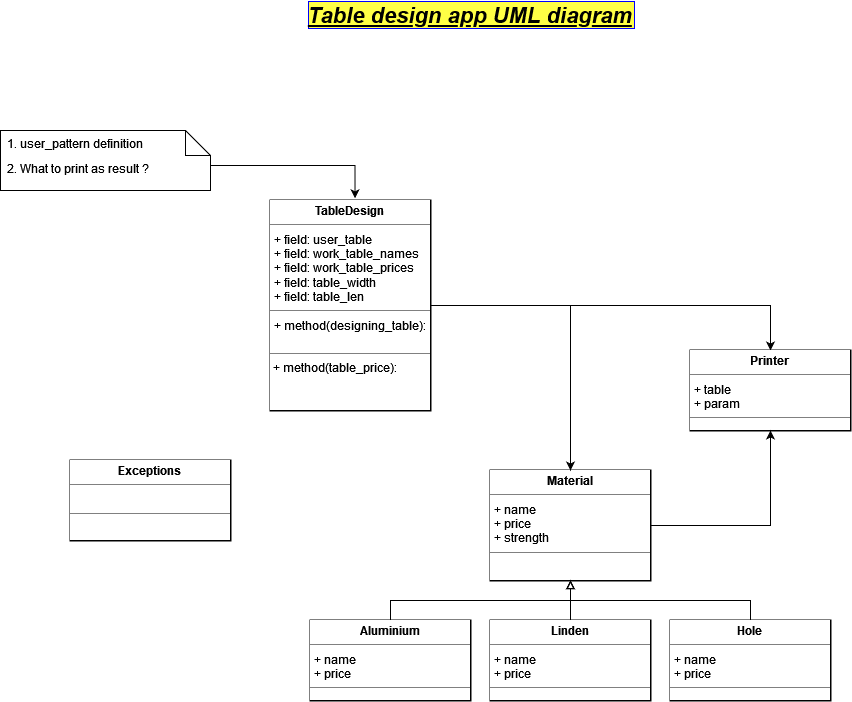
The draw.io diagram Table/images/Table_design_UML.drawio.png in jordrag/Exercises, before a commit. Source tidied: cells renumbered, new cells last; positions are measured from the earlier drawing's top-left corner, leaving out a move shared by most shapes.
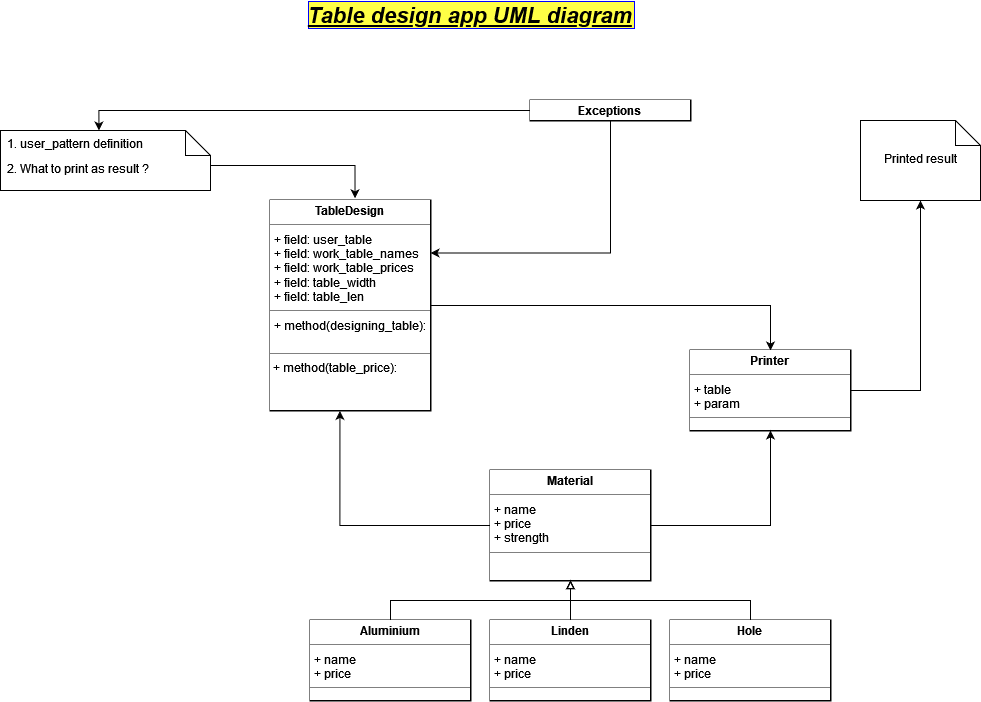
After the change.

Commit message:
Extended version with printing each block price and error check.

Change to the diagram source:
```diff
@@ -14,6 +14,9 @@
     <mxCell id="4" value="&lt;p style=&quot;margin:0px;margin-top:4px;text-align:center;&quot;&gt;&lt;b&gt;TableDesign&lt;/b&gt;&lt;br&gt;&lt;/p&gt;&lt;hr size=&quot;1&quot;&gt;&lt;p style=&quot;margin:0px;margin-left:4px;&quot;&gt;+ field: user_table&lt;/p&gt;&lt;p style=&quot;margin:0px;margin-left:4px;&quot;&gt;+ field: work_table_names&lt;br&gt;&lt;/p&gt;&lt;p style=&quot;margin:0px;margin-left:4px;&quot;&gt;+ field: work_table_prices&lt;br&gt;&lt;/p&gt;&lt;p style=&quot;margin:0px;margin-left:4px;&quot;&gt;+ field: table_width&lt;br&gt;&lt;/p&gt;&lt;p style=&quot;margin:0px;margin-left:4px;&quot;&gt;+ field: table_len&lt;br&gt;&lt;/p&gt;&lt;hr size=&quot;1&quot;&gt;&lt;p style=&quot;margin:0px;margin-left:4px;&quot;&gt;+ method(designing_table):&lt;/p&gt;&lt;p style=&quot;margin:0px;margin-left:4px;&quot;&gt;&lt;br&gt;&lt;/p&gt;&lt;hr size=&quot;1&quot;&gt;&amp;nbsp;+ method(table_price):&lt;p style=&quot;margin:0px;margin-left:4px;&quot;&gt;&amp;nbsp;&lt;/p&gt;" style="verticalAlign=top;align=left;overflow=fill;fontSize=12;fontFamily=Helvetica;html=1;rounded=0;glass=0;labelBackgroundColor=#FFFFFF;labelBorderColor=none;fillColor=none;perimeterSpacing=0;strokeColor=default;strokeWidth=2;fillStyle=solid;gradientColor=default;" parent="1" vertex="1">
       <mxGeometry x="270" y="200" width="160" height="210" as="geometry" />
     </mxCell>
+    <mxCell id="20" style="edgeStyle=orthogonalEdgeStyle;rounded=0;jettySize=auto;html=1;exitX=0;exitY=0.5;exitDx=0;exitDy=0;entryX=0.434;entryY=1.002;entryDx=0;entryDy=0;entryPerimeter=0;startArrow=none;startFill=0;endArrow=classic;endFill=1;" parent="1" edge="1" source="5" target="4">
+      <mxGeometry relative="1" as="geometry" />
+    </mxCell>
     <mxCell id="5" value="&lt;p style=&quot;margin:0px;margin-top:4px;text-align:center;&quot;&gt;&lt;b&gt;Material&lt;/b&gt;&lt;br&gt;&lt;/p&gt;&lt;hr size=&quot;1&quot;&gt;&lt;p style=&quot;margin:0px;margin-left:4px;&quot;&gt;+ name&lt;br&gt;&lt;/p&gt;&lt;p style=&quot;margin:0px;margin-left:4px;&quot;&gt;+ price&lt;br&gt;&lt;/p&gt;&lt;p style=&quot;margin:0px;margin-left:4px;&quot;&gt;+ strength&lt;br&gt;&lt;/p&gt;&lt;hr size=&quot;1&quot;&gt;" style="verticalAlign=top;align=left;overflow=fill;fontSize=12;fontFamily=Helvetica;html=1;rounded=0;glass=0;labelBackgroundColor=#FFFFFF;labelBorderColor=none;fillColor=none;perimeterSpacing=0;strokeColor=default;strokeWidth=2;fillStyle=solid;gradientColor=default;" parent="1" vertex="1">
       <mxGeometry x="490" y="470" width="160" height="110" as="geometry" />
     </mxCell>
@@ -43,12 +46,12 @@
     <mxCell id="13" style="edgeStyle=orthogonalEdgeStyle;rounded=0;jettySize=auto;html=1;exitX=0.5;exitY=0;exitDx=0;exitDy=0;startArrow=classic;startFill=1;endArrow=none;endFill=0;" parent="1" edge="1" source="14" target="4">
       <mxGeometry relative="1" as="geometry" />
     </mxCell>
+    <mxCell id="21" style="edgeStyle=orthogonalEdgeStyle;rounded=0;jettySize=auto;html=1;exitX=1;exitY=0.5;exitDx=0;exitDy=0;entryX=0.5;entryY=1;entryDx=0;entryDy=0;entryPerimeter=0;startArrow=none;startFill=0;endArrow=classic;endFill=1;" parent="1" edge="1" source="14" target="24">
+      <mxGeometry relative="1" as="geometry" />
+    </mxCell>
     <mxCell id="14" value="&lt;p style=&quot;margin:0px;margin-top:4px;text-align:center;&quot;&gt;&lt;b&gt;Printer&lt;/b&gt;&lt;br&gt;&lt;/p&gt;&lt;hr size=&quot;1&quot;&gt;&lt;p style=&quot;margin:0px;margin-left:4px;&quot;&gt;+ table&lt;br&gt;&lt;/p&gt;&lt;p style=&quot;margin:0px;margin-left:4px;&quot;&gt;+ param&lt;br&gt;&lt;/p&gt;&lt;hr size=&quot;1&quot;&gt;" style="verticalAlign=top;align=left;overflow=fill;fontSize=12;fontFamily=Helvetica;html=1;rounded=0;glass=0;labelBackgroundColor=#FFFFFF;labelBorderColor=none;fillColor=none;perimeterSpacing=0;strokeColor=default;strokeWidth=2;fillStyle=solid;gradientColor=default;" parent="1" vertex="1">
       <mxGeometry x="690" y="350" width="160" height="80" as="geometry" />
     </mxCell>
-    <mxCell id="15" style="edgeStyle=orthogonalEdgeStyle;rounded=0;jettySize=auto;html=1;exitX=1;exitY=0.5;exitDx=0;exitDy=0;fontSize=16;startArrow=none;startFill=0;endArrow=classic;endFill=1;" parent="1" edge="1" source="4" target="5">
-      <mxGeometry relative="1" as="geometry" />
-    </mxCell>
     <mxCell id="16" style="edgeStyle=orthogonalEdgeStyle;rounded=0;jettySize=auto;html=1;fontSize=16;startArrow=none;startFill=0;endArrow=classic;endFill=1;" parent="1" edge="1" source="5" target="14">
       <mxGeometry relative="1" as="geometry" />
     </mxCell>
@@ -58,8 +61,17 @@
     <mxCell id="18" value="1. user_pattern definition" style="strokeColor=none;fillColor=none;align=left;spacingLeft=5;" parent="17" vertex="1">
       <mxGeometry width="196.88" height="25" relative="1" as="geometry" />
     </mxCell>
+    <mxCell id="22" style="edgeStyle=orthogonalEdgeStyle;rounded=0;jettySize=auto;html=1;exitX=0;exitY=0.5;exitDx=0;exitDy=0;entryX=0.5;entryY=0;entryDx=0;entryDy=0;startArrow=none;startFill=0;endArrow=classic;endFill=1;" parent="1" edge="1" source="19" target="18">
+      <mxGeometry relative="1" as="geometry" />
+    </mxCell>
+    <mxCell id="23" style="edgeStyle=orthogonalEdgeStyle;rounded=0;jettySize=auto;html=1;exitX=0.5;exitY=1;exitDx=0;exitDy=0;entryX=1;entryY=0.25;entryDx=0;entryDy=0;startArrow=none;startFill=0;endArrow=classic;endFill=1;" parent="1" edge="1" source="19" target="4">
+      <mxGeometry relative="1" as="geometry" />
+    </mxCell>
     <mxCell id="19" value="&lt;p style=&quot;margin:0px;margin-top:4px;text-align:center;&quot;&gt;&lt;b&gt;Exceptions&lt;/b&gt;&lt;br&gt;&lt;/p&gt;&lt;hr size=&quot;1&quot;&gt;&lt;br&gt;&lt;hr size=&quot;1&quot;&gt;" style="verticalAlign=top;align=left;overflow=fill;fontSize=12;fontFamily=Helvetica;html=1;rounded=0;glass=0;labelBackgroundColor=#FFFFFF;labelBorderColor=none;fillColor=none;perimeterSpacing=0;strokeColor=default;strokeWidth=2;fillStyle=solid;gradientColor=default;" parent="1" vertex="1">
-      <mxGeometry x="70" y="460" width="160" height="80" as="geometry" />
+      <mxGeometry x="530" y="100" width="160" height="20" as="geometry" />
     </mxCell>
+    <mxCell id="24" value="Printed result" style="shape=note2;boundedLbl=1;whiteSpace=wrap;html=1;size=25;verticalAlign=top;align=center;" parent="1" vertex="1">
+      <mxGeometry x="860" y="120" width="120" height="80" as="geometry" />
+    </mxCell>
   </root>
 </mxGraphModel>
```
